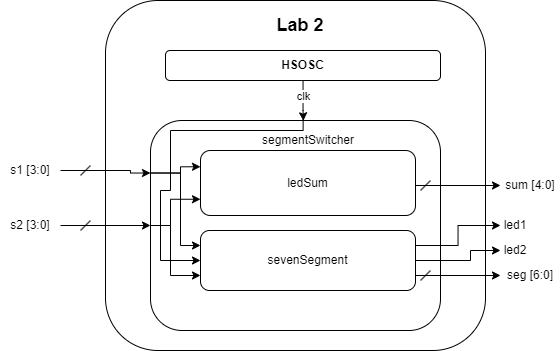
Earlier version of the draw.io export labs/lab2/images/lab2BlockDiagram.png (MaxDeSomma/hmc-e155-portfolio). Source tidied: cells renumbered, new cells last; positions are measured from the earlier drawing's top-left corner, leaving out a move shared by most shapes. Source of this version:
```xml
<mxGraphModel>
  <root>
    <mxCell id="0" />
    <mxCell id="1" parent="0" />
    <mxCell id="2" style="rounded=1;whiteSpace=wrap;html=1;" parent="1" vertex="1">
      <mxGeometry x="105" width="380" height="350" as="geometry" />
    </mxCell>
    <mxCell id="3" value="&lt;b&gt;&lt;font style=&quot;font-size: 18px;&quot;&gt;Lab 2&lt;/font&gt;&lt;/b&gt;" style="text;html=1;align=center;verticalAlign=middle;whiteSpace=wrap;rounded=0;" parent="1" vertex="1">
      <mxGeometry x="270" y="10" width="60" height="30" as="geometry" />
    </mxCell>
    <mxCell id="4" style="edgeStyle=orthogonalEdgeStyle;rounded=0;jettySize=auto;html=1;entryX=0.423;entryY=0.007;entryDx=0;entryDy=0;entryPerimeter=0;" parent="1" edge="1" source="6" target="12">
      <mxGeometry relative="1" as="geometry">
        <Array as="points">
          <mxPoint x="303" y="110" />
          <mxPoint x="303" y="110" />
        </Array>
      </mxGeometry>
    </mxCell>
    <mxCell id="5" value="clk" style="edgeLabel;html=1;align=center;verticalAlign=middle;" parent="4" vertex="1">
      <mxGeometry x="-0.23" relative="1" as="geometry" />
    </mxCell>
    <mxCell id="6" value="&lt;b&gt;HSOSC&lt;/b&gt;" style="rounded=1;whiteSpace=wrap;html=1;" parent="1" vertex="1">
      <mxGeometry x="165" y="50" width="275" height="30" as="geometry" />
    </mxCell>
    <mxCell id="7" style="edgeStyle=orthogonalEdgeStyle;rounded=0;jettySize=auto;html=1;entryX=0;entryY=0.25;entryDx=0;entryDy=0;" parent="1" edge="1" source="8" target="11">
      <mxGeometry relative="1" as="geometry">
        <Array as="points">
          <mxPoint x="130" y="170" />
          <mxPoint x="130" y="173" />
        </Array>
      </mxGeometry>
    </mxCell>
    <mxCell id="8" value="s1 [3:0]" style="text;html=1;align=center;verticalAlign=middle;whiteSpace=wrap;rounded=0;" parent="1" vertex="1">
      <mxGeometry y="150" width="60" height="40" as="geometry" />
    </mxCell>
    <mxCell id="9" style="edgeStyle=orthogonalEdgeStyle;rounded=0;jettySize=auto;html=1;entryX=0;entryY=0.5;entryDx=0;entryDy=0;" parent="1" edge="1" source="10" target="11">
      <mxGeometry relative="1" as="geometry">
        <Array as="points">
          <mxPoint x="10" y="225" />
        </Array>
      </mxGeometry>
    </mxCell>
    <mxCell id="10" value="s2&lt;span style=&quot;background-color: initial;&quot;&gt;&amp;nbsp;[3:0]&lt;/span&gt;" style="text;html=1;align=center;verticalAlign=middle;whiteSpace=wrap;rounded=0;" parent="1" vertex="1">
      <mxGeometry y="210" width="60" height="30" as="geometry" />
    </mxCell>
    <mxCell id="11" style="rounded=1;whiteSpace=wrap;html=1;" parent="1" vertex="1">
      <mxGeometry x="150" y="120" width="290" height="210" as="geometry" />
    </mxCell>
    <mxCell id="12" value="segmentSwitcher" style="text;html=1;align=center;verticalAlign=middle;whiteSpace=wrap;rounded=0;" parent="1" vertex="1">
      <mxGeometry x="277.5" y="120" width="60" height="40" as="geometry" />
    </mxCell>
    <mxCell id="13" value="led1" style="text;html=1;align=center;verticalAlign=middle;whiteSpace=wrap;rounded=0;" parent="1" vertex="1">
      <mxGeometry x="500" y="210" width="30" height="30" as="geometry" />
    </mxCell>
    <mxCell id="14" value="led2" style="text;html=1;align=center;verticalAlign=middle;whiteSpace=wrap;rounded=0;" parent="1" vertex="1">
      <mxGeometry x="500" y="230" width="30" height="40" as="geometry" />
    </mxCell>
    <mxCell id="15" value="seg [6:0]" style="text;html=1;align=center;verticalAlign=middle;whiteSpace=wrap;rounded=0;" parent="1" vertex="1">
      <mxGeometry x="500" y="260" width="60" height="30" as="geometry" />
    </mxCell>
    <mxCell id="16" value="sum [4:0]" style="text;html=1;align=center;verticalAlign=middle;whiteSpace=wrap;rounded=0;" parent="1" vertex="1">
      <mxGeometry x="500" y="170" width="60" height="30" as="geometry" />
    </mxCell>
    <mxCell id="17" style="edgeStyle=orthogonalEdgeStyle;rounded=0;jettySize=auto;html=1;exitX=1;exitY=0.25;exitDx=0;exitDy=0;entryX=0;entryY=0.5;entryDx=0;entryDy=0;" parent="1" edge="1" source="20" target="13">
      <mxGeometry relative="1" as="geometry" />
    </mxCell>
    <mxCell id="18" style="edgeStyle=orthogonalEdgeStyle;rounded=0;jettySize=auto;html=1;exitX=1;exitY=0.5;exitDx=0;exitDy=0;" parent="1" edge="1" source="20">
      <mxGeometry relative="1" as="geometry">
        <mxPoint x="500" y="250" as="targetPoint" />
        <Array as="points">
          <mxPoint x="470" y="260" />
          <mxPoint x="470" y="250" />
          <mxPoint x="500" y="250" />
        </Array>
      </mxGeometry>
    </mxCell>
    <mxCell id="19" style="edgeStyle=orthogonalEdgeStyle;rounded=0;jettySize=auto;html=1;exitX=1;exitY=0.75;exitDx=0;exitDy=0;entryX=0;entryY=0.5;entryDx=0;entryDy=0;" parent="1" edge="1" source="20" target="15">
      <mxGeometry relative="1" as="geometry" />
    </mxCell>
    <mxCell id="20" value="sevenSegment" style="rounded=1;whiteSpace=wrap;html=1;" parent="1" vertex="1">
      <mxGeometry x="200" y="230" width="215" height="60" as="geometry" />
    </mxCell>
    <mxCell id="21" style="edgeStyle=orthogonalEdgeStyle;rounded=0;jettySize=auto;html=1;exitX=1;exitY=0.5;exitDx=0;exitDy=0;entryX=0;entryY=0.5;entryDx=0;entryDy=0;" parent="1" edge="1" source="22" target="16">
      <mxGeometry relative="1" as="geometry">
        <Array as="points">
          <mxPoint x="415" y="185" />
        </Array>
      </mxGeometry>
    </mxCell>
    <mxCell id="22" value="ledSum" style="rounded=1;whiteSpace=wrap;html=1;" parent="1" vertex="1">
      <mxGeometry x="200" y="150" width="215" height="65" as="geometry" />
    </mxCell>
    <mxCell id="23" style="endArrow=classic;html=1;rounded=0;exitX=0;exitY=0.5;exitDx=0;exitDy=0;entryX=0;entryY=0.75;entryDx=0;entryDy=0;edgeStyle=orthogonalEdgeStyle;" parent="1" edge="1" source="11" target="20">
      <mxGeometry relative="1" as="geometry">
        <Array as="points">
          <mxPoint x="170" y="225" />
          <mxPoint x="170" y="275" />
        </Array>
      </mxGeometry>
    </mxCell>
    <mxCell id="24" style="endArrow=classic;html=1;rounded=0;exitX=0;exitY=0.25;exitDx=0;exitDy=0;entryX=0;entryY=0.25;entryDx=0;entryDy=0;edgeStyle=orthogonalEdgeStyle;" parent="1" edge="1" source="11" target="20">
      <mxGeometry relative="1" as="geometry">
        <Array as="points">
          <mxPoint x="180" y="172" />
          <mxPoint x="180" y="245" />
        </Array>
      </mxGeometry>
    </mxCell>
    <mxCell id="25" style="endArrow=classic;html=1;rounded=0;exitX=0;exitY=0.25;exitDx=0;exitDy=0;entryX=0;entryY=0.25;entryDx=0;entryDy=0;edgeStyle=orthogonalEdgeStyle;" parent="1" edge="1" source="11" target="22">
      <mxGeometry relative="1" as="geometry">
        <Array as="points">
          <mxPoint x="180" y="172" />
          <mxPoint x="180" y="166" />
        </Array>
      </mxGeometry>
    </mxCell>
    <mxCell id="26" style="endArrow=classic;html=1;rounded=0;exitX=0;exitY=0.5;exitDx=0;exitDy=0;entryX=0;entryY=0.75;entryDx=0;entryDy=0;edgeStyle=orthogonalEdgeStyle;" parent="1" edge="1" source="11" target="22">
      <mxGeometry relative="1" as="geometry">
        <Array as="points">
          <mxPoint x="170" y="225" />
          <mxPoint x="170" y="199" />
        </Array>
      </mxGeometry>
    </mxCell>
    <mxCell id="27" style="endArrow=none;html=1;rounded=0;" parent="1" edge="1">
      <mxGeometry relative="1" as="geometry">
        <mxPoint x="80" y="175" as="sourcePoint" />
        <mxPoint x="90" y="165" as="targetPoint" />
      </mxGeometry>
    </mxCell>
    <mxCell id="28" style="endArrow=none;html=1;rounded=0;" parent="1" edge="1">
      <mxGeometry relative="1" as="geometry">
        <mxPoint x="80" y="230" as="sourcePoint" />
        <mxPoint x="90" y="220" as="targetPoint" />
      </mxGeometry>
    </mxCell>
    <mxCell id="29" style="endArrow=none;html=1;rounded=0;" parent="1" edge="1">
      <mxGeometry relative="1" as="geometry">
        <mxPoint x="420" y="190" as="sourcePoint" />
        <mxPoint x="430" y="180" as="targetPoint" />
      </mxGeometry>
    </mxCell>
    <mxCell id="30" style="endArrow=none;html=1;rounded=0;" parent="1" edge="1">
      <mxGeometry relative="1" as="geometry">
        <mxPoint x="420" y="280" as="sourcePoint" />
        <mxPoint x="430" y="270" as="targetPoint" />
      </mxGeometry>
    </mxCell>
    <mxCell id="31" style="endArrow=classic;html=1;rounded=0;exitX=0.419;exitY=-0.033;exitDx=0;exitDy=0;entryX=0;entryY=0.5;entryDx=0;entryDy=0;edgeStyle=orthogonalEdgeStyle;exitPerimeter=0;" parent="1" edge="1" source="12" target="20">
      <mxGeometry relative="1" as="geometry">
        <Array as="points">
          <mxPoint x="303" y="130" />
          <mxPoint x="170" y="130" />
          <mxPoint x="170" y="190" />
          <mxPoint x="160" y="190" />
          <mxPoint x="160" y="260" />
        </Array>
      </mxGeometry>
    </mxCell>
  </root>
</mxGraphModel>
```
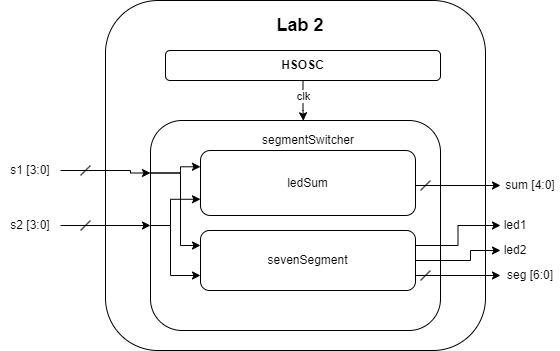
The same file after the commit.

The edit, as a diff of the source:
```diff
@@ -110,6 +110,7 @@
       <mxGeometry relative="1" as="geometry">
         <Array as="points">
           <mxPoint x="180" y="172" />
+          <mxPoint x="180" y="170" />
           <mxPoint x="180" y="166" />
         </Array>
       </mxGeometry>
@@ -146,16 +147,8 @@
         <mxPoint x="430" y="270" as="targetPoint" />
       </mxGeometry>
     </mxCell>
-    <mxCell id="31" style="endArrow=classic;html=1;rounded=0;exitX=0.419;exitY=-0.033;exitDx=0;exitDy=0;entryX=0;entryY=0.5;entryDx=0;entryDy=0;edgeStyle=orthogonalEdgeStyle;exitPerimeter=0;" parent="1" edge="1" source="12" target="20">
-      <mxGeometry relative="1" as="geometry">
-        <Array as="points">
-          <mxPoint x="303" y="130" />
-          <mxPoint x="170" y="130" />
-          <mxPoint x="170" y="190" />
-          <mxPoint x="160" y="190" />
-          <mxPoint x="160" y="260" />
-        </Array>
-      </mxGeometry>
-    </mxCell>
+    <mxCell id="32" style="ellipse;whiteSpace=wrap;html=1;" parent="1" vertex="1">
+      <mxGeometry x="90" y="230" as="geometry" />
+    </mxCell>
   </root>
 </mxGraphModel>
```
